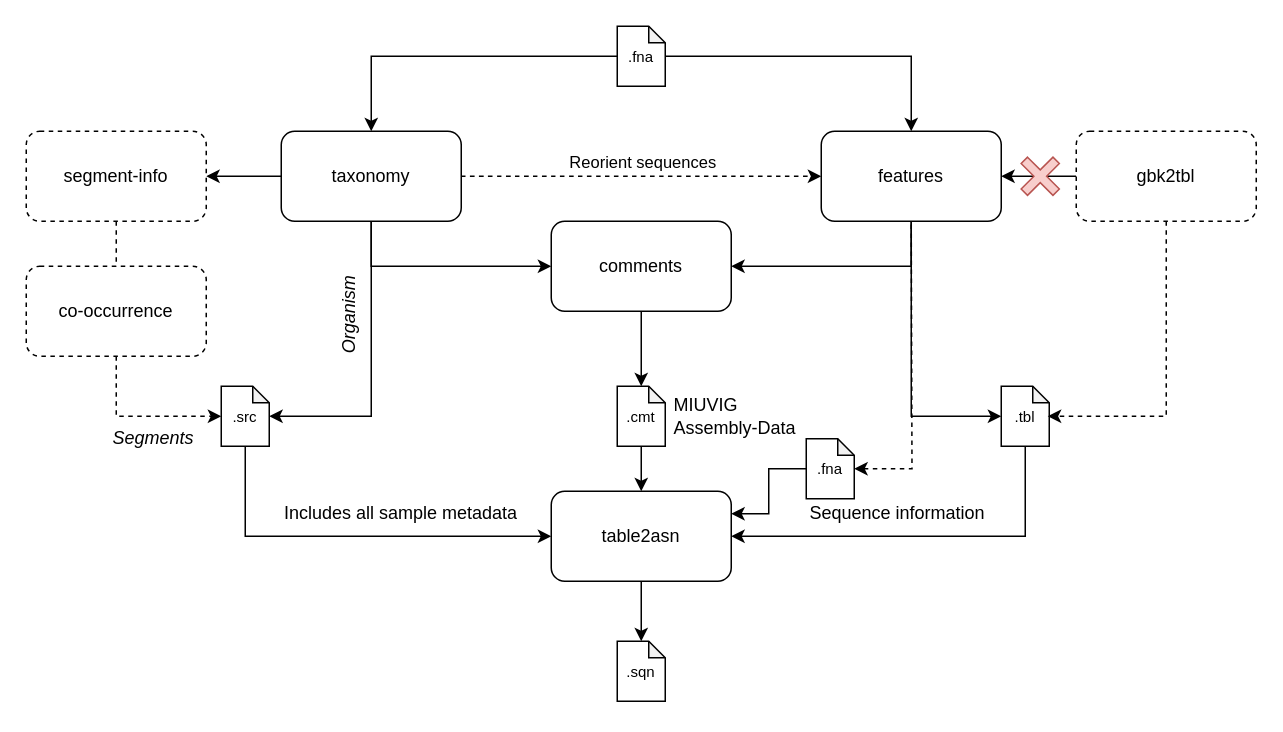
The draw.io diagram _static/suvtk_diagram.drawio in LanderDC/suvtk, before the edit. Source tidied: cells renumbered, new cells numbered last; positions are measured from the earlier drawing's top-left corner, leaving out a move shared by most shapes. Both pictures are drawn from the tidied source at 150%, with x=0, y=0 at pixel (26, 26).
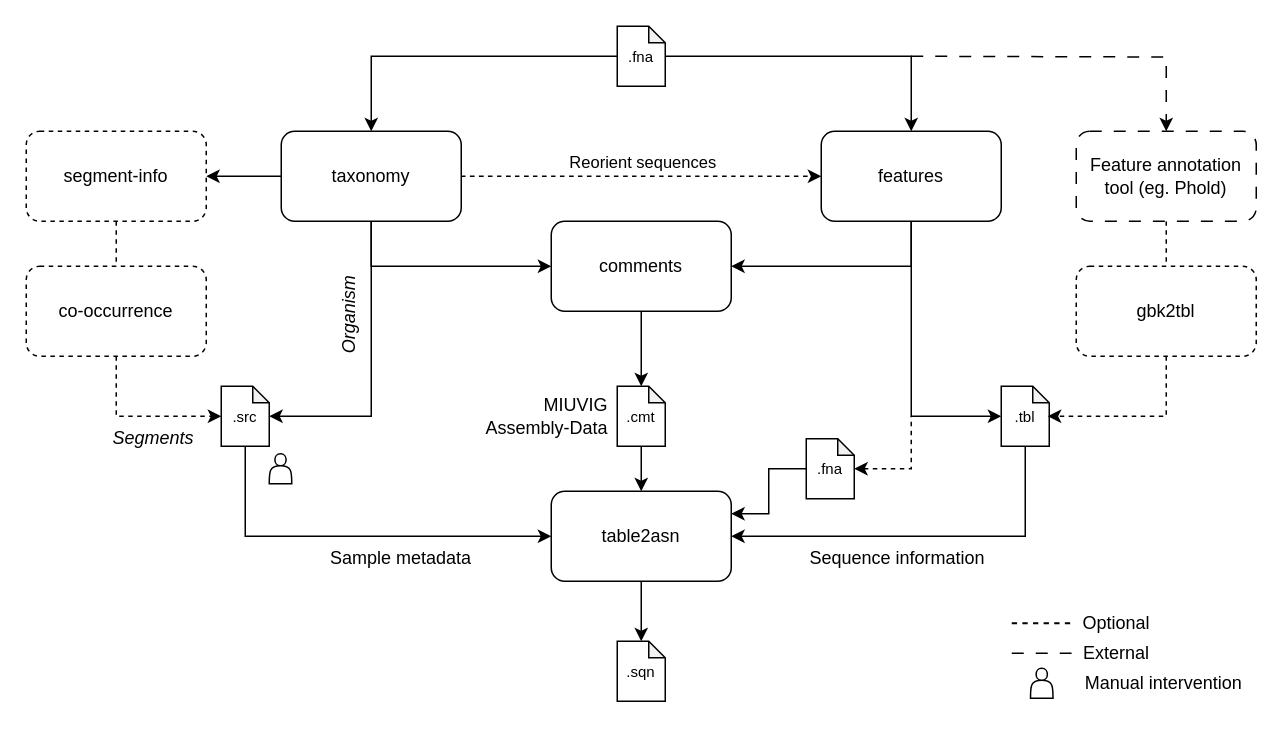
The same diagram, later.

Unchanged cells that the change refers to:
```xml
<mxCell id="8" value="features" style="rounded=1;whiteSpace=wrap;html=1;" parent="1" vertex="1">
  <mxGeometry x="530" y="70" width="120" height="60" as="geometry" />
</mxCell>
<mxCell id="14" value="table2asn" style="rounded=1;whiteSpace=wrap;html=1;" parent="1" vertex="1">
  <mxGeometry x="350" y="310" width="120" height="60" as="geometry" />
</mxCell>
<mxCell id="25" value="&lt;font style=&quot;font-size: 10px;&quot;&gt;.tbl&lt;/font&gt;" style="shape=note;whiteSpace=wrap;html=1;backgroundOutline=1;darkOpacity=0.05;size=11;" parent="1" vertex="1">
  <mxGeometry x="650" y="240" width="32" height="40" as="geometry" />
</mxCell>
<mxCell id="37" value="&lt;font style=&quot;font-size: 10px;&quot;&gt;.fna&lt;/font&gt;" style="shape=note;whiteSpace=wrap;html=1;backgroundOutline=1;darkOpacity=0.05;size=11;" parent="1" vertex="1">
  <mxGeometry x="520" y="275" width="32" height="40" as="geometry" />
</mxCell>
```

Diff of the diagram source:
```diff
@@
-    <mxCell id="15" style="edgeStyle=orthogonalEdgeStyle;rounded=0;jettySize=auto;html=1;" parent="1" edge="1" source="17" target="8">
-      <mxGeometry relative="1" as="geometry" />
-    </mxCell>
@@
     <mxCell id="17" value="gbk2tbl" style="rounded=1;whiteSpace=wrap;html=1;dashed=1;" parent="1" vertex="1">
-      <mxGeometry x="700" y="70" width="120" height="60" as="geometry" />
+      <mxGeometry x="700" y="160" width="120" height="60" as="geometry" />
     </mxCell>
-    <mxCell id="18" style="shape=cross;whiteSpace=wrap;html=1;rotation=45;fillColor=#f8cecc;strokeColor=#b85450;" parent="1" vertex="1">
-      <mxGeometry x="661" y="85" width="30" height="30" as="geometry" />
-    </mxCell>
@@
-    <mxCell id="26" style="edgeStyle=orthogonalEdgeStyle;rounded=0;jettySize=auto;html=1;exitX=0.5;exitY=1;exitDx=0;exitDy=0;entryX=0;entryY=0.5;entryDx=0;entryDy=0;entryPerimeter=0;" parent="1" edge="1" source="8" target="25">
-      <mxGeometry relative="1" as="geometry" />
-    </mxCell>
@@
+    <mxCell id="35" style="edgeStyle=orthogonalEdgeStyle;rounded=0;jettySize=auto;html=1;exitX=0;exitY=0.5;exitDx=0;exitDy=0;exitPerimeter=0;entryX=1;entryY=0.25;entryDx=0;entryDy=0;" parent="1" edge="1" source="37" target="14">
+      <mxGeometry relative="1" as="geometry" />
+    </mxCell>
+    <mxCell id="42" style="edgeStyle=orthogonalEdgeStyle;rounded=0;jettySize=auto;html=1;entryX=0.5;entryY=0;entryDx=0;entryDy=0;dashed=1;dashPattern=8 8;" parent="1" edge="1" target="45">
+      <mxGeometry relative="1" as="geometry">
+        <mxPoint x="590" y="20" as="sourcePoint" />
+      </mxGeometry>
+    </mxCell>
@@
-    <mxCell id="35" style="edgeStyle=orthogonalEdgeStyle;rounded=0;jettySize=auto;html=1;exitX=0;exitY=0.5;exitDx=0;exitDy=0;exitPerimeter=0;entryX=1;entryY=0.25;entryDx=0;entryDy=0;" parent="1" edge="1" source="37" target="14">
-      <mxGeometry relative="1" as="geometry" />
-    </mxCell>
-    <mxCell id="36" style="edgeStyle=orthogonalEdgeStyle;rounded=0;jettySize=auto;html=1;startArrow=classic;startFill=1;endArrow=none;dashed=1;" parent="1" edge="1" source="37">
-      <mxGeometry relative="1" as="geometry">
-        <mxPoint x="590" y="130" as="targetPoint" />
-      </mxGeometry>
-    </mxCell>
+    <mxCell id="43" style="edgeStyle=orthogonalEdgeStyle;rounded=0;jettySize=auto;html=1;startArrow=classic;startFill=1;dashed=1;endArrow=none;" parent="1" edge="1" source="37">
+      <mxGeometry relative="1" as="geometry">
+        <mxPoint x="590" y="260" as="targetPoint" />
+        <Array as="points">
+          <mxPoint x="590" y="295" />
+          <mxPoint x="590" y="260" />
+        </Array>
+      </mxGeometry>
+    </mxCell>
@@
-    <mxCell id="38" value="Includes all sample metadata" style="text;html=1;align=center;verticalAlign=middle;whiteSpace=wrap;rounded=0;" parent="1" vertex="1">
-      <mxGeometry x="170" y="310" width="160" height="30" as="geometry" />
+    <mxCell id="38" value="Sample metadata" style="text;html=1;align=center;verticalAlign=middle;whiteSpace=wrap;rounded=0;" parent="1" vertex="1">
+      <mxGeometry x="170" y="340" width="160" height="30" as="geometry" />
     </mxCell>
-    <mxCell id="39" value="MIUVIG&lt;div&gt;Assembly-Data&lt;/div&gt;" style="text;html=1;align=left;verticalAlign=middle;whiteSpace=wrap;rounded=0;" parent="1" vertex="1">
-      <mxGeometry x="430" y="245" width="90" height="30" as="geometry" />
+    <mxCell id="39" value="MIUVIG&lt;div&gt;Assembly-Data&lt;/div&gt;" style="text;html=1;align=right;verticalAlign=middle;whiteSpace=wrap;rounded=0;" parent="1" vertex="1">
+      <mxGeometry x="300" y="245" width="90" height="30" as="geometry" />
     </mxCell>
     <mxCell id="40" value="Sequence information" style="text;html=1;align=center;verticalAlign=middle;whiteSpace=wrap;rounded=0;" parent="1" vertex="1">
-      <mxGeometry x="501" y="310" width="160" height="30" as="geometry" />
+      <mxGeometry x="501" y="340" width="160" height="30" as="geometry" />
     </mxCell>
@@
+    <mxCell id="44" style="edgeStyle=orthogonalEdgeStyle;rounded=0;jettySize=auto;html=1;exitX=0.5;exitY=1;exitDx=0;exitDy=0;entryX=0.5;entryY=0;entryDx=0;entryDy=0;dashed=1;endArrow=none;startFill=0;" parent="1" edge="1" source="45" target="17">
+      <mxGeometry relative="1" as="geometry" />
+    </mxCell>
+    <mxCell id="45" value="Feature annotation tool (eg. Phold)" style="rounded=1;whiteSpace=wrap;html=1;dashed=1;dashPattern=8 8;" parent="1" vertex="1">
+      <mxGeometry x="700" y="70" width="120" height="60" as="geometry" />
+    </mxCell>
+    <mxCell id="26" style="edgeStyle=orthogonalEdgeStyle;rounded=0;jettySize=auto;html=1;exitX=0.5;exitY=1;exitDx=0;exitDy=0;entryX=0;entryY=0.5;entryDx=0;entryDy=0;entryPerimeter=0;" parent="1" edge="1" source="8" target="25">
+      <mxGeometry relative="1" as="geometry" />
+    </mxCell>
+    <mxCell id="46" style="shape=actor;whiteSpace=wrap;html=1;" parent="1" vertex="1">
+      <mxGeometry x="162" y="285" width="15" height="20" as="geometry" />
+    </mxCell>
+    <mxCell id="47" style="group;" parent="1" vertex="1">
+      <mxGeometry x="657" y="383" width="162.5" height="70" as="geometry" />
+    </mxCell>
+    <mxCell id="48" style="shape=actor;whiteSpace=wrap;html=1;" parent="47" vertex="1">
+      <mxGeometry x="12.5" y="45" width="15" height="20" as="geometry" />
+    </mxCell>
+    <mxCell id="49" style="endArrow=none;html=1;rounded=0;dashed=1;strokeWidth=1.1811;" parent="47" edge="1" target="51">
+      <mxGeometry relative="1" as="geometry">
+        <mxPoint y="15" as="sourcePoint" />
+      </mxGeometry>
+    </mxCell>
+    <mxCell id="50" style="endArrow=none;html=1;rounded=0;dashed=1;dashPattern=8 8;" parent="47" edge="1" target="52">
+      <mxGeometry relative="1" as="geometry">
+        <mxPoint y="35" as="sourcePoint" />
+      </mxGeometry>
+    </mxCell>
+    <mxCell id="51" value="Optional" style="text;html=1;align=center;verticalAlign=middle;whiteSpace=wrap;rounded=0;" parent="47" vertex="1">
+      <mxGeometry x="39.9" width="60" height="30" as="geometry" />
+    </mxCell>
+    <mxCell id="52" value="External" style="text;html=1;align=center;verticalAlign=middle;whiteSpace=wrap;rounded=0;" parent="47" vertex="1">
+      <mxGeometry x="39.9" y="20" width="60" height="30" as="geometry" />
+    </mxCell>
+    <mxCell id="53" value="Manual intervention" style="text;html=1;align=center;verticalAlign=middle;whiteSpace=wrap;rounded=0;" parent="47" vertex="1">
+      <mxGeometry x="39.9" y="40" width="122.5" height="30" as="geometry" />
+    </mxCell>
```
